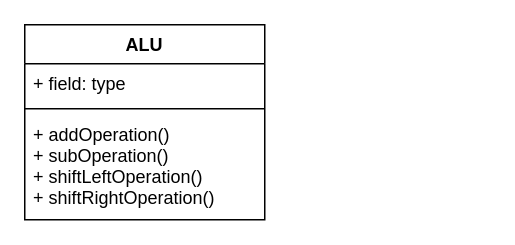
The draw.io diagram page "ALU" (4 of 4) of doc/6502-Diagram.drawio in poundflag/MOS-6502-Emulator-Base, before the edit. Source tidied: cells renumbered, new cells numbered last; positions are measured from the earlier drawing's top-left corner, leaving out a move shared by most shapes. Both pictures are drawn from the tidied source at 150%, with x=0, y=0 at pixel (24, 24).
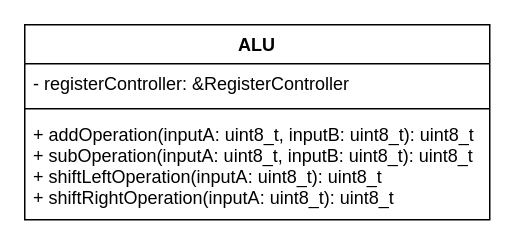
After the change.

The edit, as a diff of the source:
```diff
@@
 <mxGraphModel>
   <root>
     <mxCell id="0" />
     <mxCell id="1" parent="0" />
     <mxCell id="2" value="ALU" style="swimlane;fontStyle=1;align=center;verticalAlign=top;horizontal=1;startSize=26;" parent="1" vertex="1">
-      <mxGeometry width="160" height="130" as="geometry" />
+      <mxGeometry width="310" height="130" as="geometry" />
     </mxCell>
-    <mxCell id="3" value="+ field: type" style="text;strokeColor=none;fillColor=none;align=left;verticalAlign=top;spacingLeft=4;spacingRight=4;overflow=hidden;" parent="2" vertex="1">
-      <mxGeometry y="26" width="160" height="26" as="geometry" />
+    <mxCell id="3" value="- registerController: &amp;RegisterController" style="text;strokeColor=none;fillColor=none;align=left;verticalAlign=top;spacingLeft=4;spacingRight=4;overflow=hidden;" parent="2" vertex="1">
+      <mxGeometry y="26" width="310" height="26" as="geometry" />
     </mxCell>
     <mxCell id="4" style="line;strokeWidth=1;fillColor=none;align=left;verticalAlign=middle;spacingTop=-1;spacingLeft=3;spacingRight=3;labelPosition=right;" parent="2" vertex="1">
-      <mxGeometry y="52" width="160" height="8" as="geometry" />
+      <mxGeometry y="52" width="310" height="8" as="geometry" />
     </mxCell>
-    <mxCell id="5" value="+ addOperation()&#10;+ subOperation()&#10;+ shiftLeftOperation()&#10;+ shiftRightOperation()" style="text;strokeColor=none;fillColor=none;align=left;verticalAlign=top;spacingLeft=4;spacingRight=4;overflow=hidden;" parent="2" vertex="1">
-      <mxGeometry y="60" width="160" height="70" as="geometry" />
+    <mxCell id="5" value="+ addOperation(inputA: uint8_t, inputB: uint8_t): uint8_t&#10;+ subOperation(inputA: uint8_t, inputB: uint8_t): uint8_t&#10;+ shiftLeftOperation(inputA: uint8_t): uint8_t&#10;+ shiftRightOperation(inputA: uint8_t): uint8_t" style="text;strokeColor=none;fillColor=none;align=left;verticalAlign=top;spacingLeft=4;spacingRight=4;overflow=hidden;" parent="2" vertex="1">
+      <mxGeometry y="60" width="310" height="70" as="geometry" />
     </mxCell>
   </root>
 </mxGraphModel>
```
